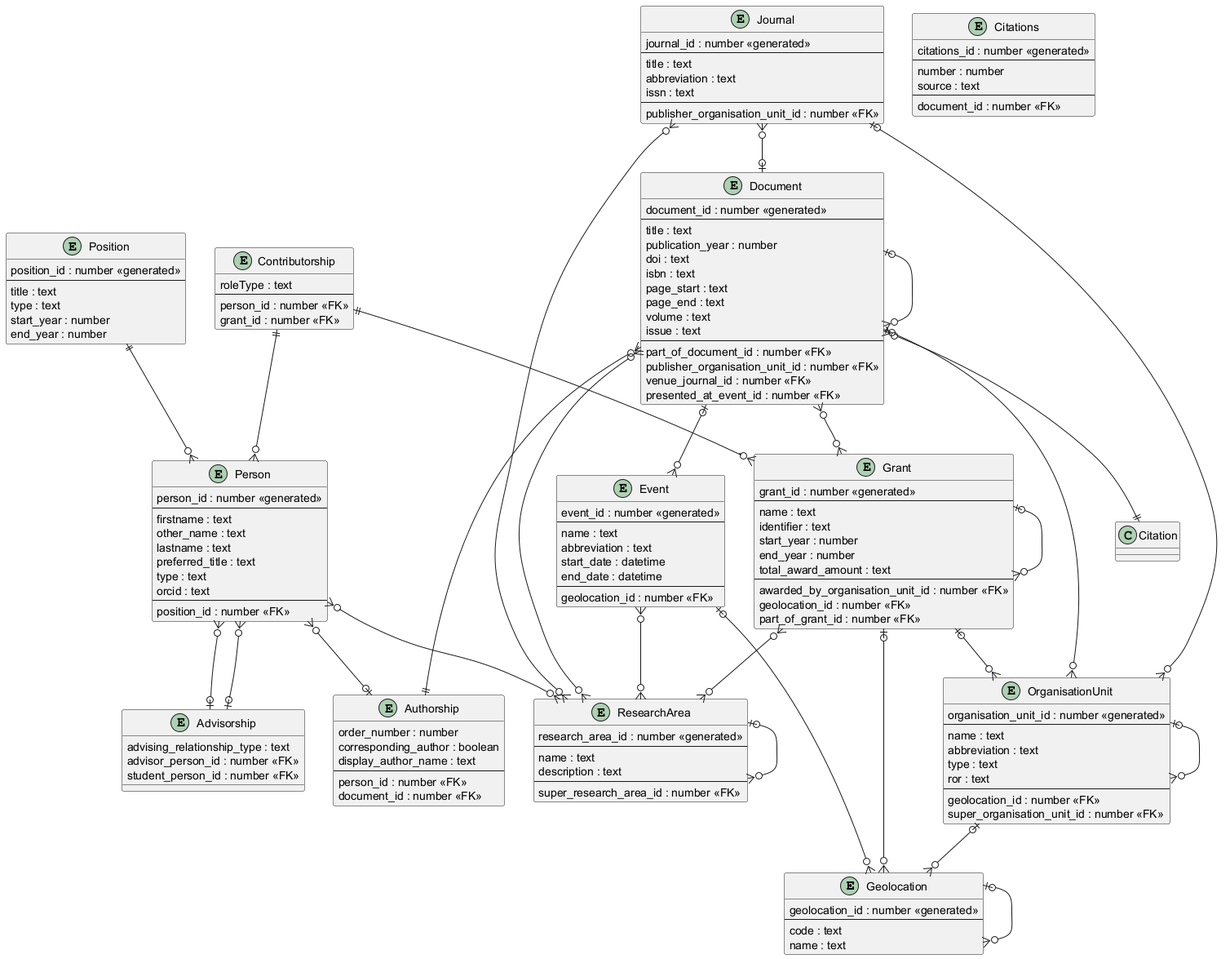
This is diagrams/vivo.png from chenejac/VIVO-RDBMS, a PlantUML export, as it was before one commit. Source of this version:
```plantuml
@startuml

entity Geolocation {
    geolocation_id : number <<generated>>
    --
    code : text
    name : text
}

Geolocation |o--o{ Geolocation

entity ResearchArea {
    research_area_id : number <<generated>>
    --
    name : text
    description : text
    --
    super_research_area_id : number <<FK>>
}

ResearchArea |o--o{ ResearchArea

entity Person {
    person_id : number <<generated>>
    --
    firstname : text
    other_name : text
    lastname : text
    preferred_title : text
    type : text
    orcid : text
    --
    position_id : number <<FK>>
}

entity Advisorship {
    advising_relationship_type : text
    advisor_person_id : number <<FK>>
    student_person_id : number <<FK>>
}

Person }o--o| Advisorship
Person }o--o| Advisorship

Person }o--o{ ResearchArea

entity Position {
    position_id : number <<generated>>
    --
    title : text
    type : text
    start_year : number
    end_year : number
}

Position ||--o{ Person

entity OrganisationUnit {
    organisation_unit_id : number <<generated>>
    --
    name : text
    abbreviation : text
    type : text
    ror : text
    --
    geolocation_id : number <<FK>>
    super_organisation_unit_id : number <<FK>>
}

OrganisationUnit |o--o{ Geolocation
OrganisationUnit |o--o{ OrganisationUnit


entity Document {
    document_id : number <<generated>>
    --
    title : text
    publication_year : number
    doi : text
    isbn : text
    page_start : text
    page_end : text
    volume : text
    issue : text
    --
    part_of_document_id : number <<FK>>
    publisher_organisation_unit_id : number <<FK>>
    venue_journal_id : number <<FK>>
    presented_at_event_id : number <<FK>>
}

entity Citations {
    citations_id : number <<generated>>
    --
    number : number
    source : text
    --
    document_id : number <<FK>>
}

Document }o--o{ ResearchArea
Document }o--|| Citation
Document |o--o{ Document
Document |o--o{ OrganisationUnit

entity Authorship {
    order_number : number
    corresponding_author : boolean
    display_author_name : text
    --
    person_id : number <<FK>>
    document_id : number <<FK>>
}

Person }o--o| Authorship
Document }o--|| Authorship

entity Journal {
    journal_id : number <<generated>>
    --
    title : text
    abbreviation : text
    issn : text
    --
    publisher_organisation_unit_id : number <<FK>>
}

Journal }o--o{ ResearchArea
Journal |o--o{ OrganisationUnit
Journal }o--o| Document

entity Event {
    event_id : number <<generated>>
    --
    name : text
    abbreviation : text
    start_date : datetime
    end_date : datetime
    --
    geolocation_id : number <<FK>>
}

Event }o--o{ ResearchArea
Event |o--o{ Geolocation
Document |o--o{ Event

entity Grant {
    grant_id : number <<generated>>
    --
    name : text
    identifier : text
    start_year : number
    end_year : number
    total_award_amount : text
    --
    awarded_by_organisation_unit_id : number <<FK>>
    geolocation_id : number <<FK>>
    part_of_grant_id : number <<FK>>
}

Grant }o--o{ ResearchArea
Grant |o--o{ OrganisationUnit
Grant |o--o{ Geolocation
Grant |o--o{ Grant

entity Contributorship {
    roleType : text
    --
    person_id : number <<FK>>
    grant_id : number <<FK>>
}

Contributorship ||--o{ Person
Contributorship ||--o{ Grant

Document }o--o{ Grant

@enduml
```
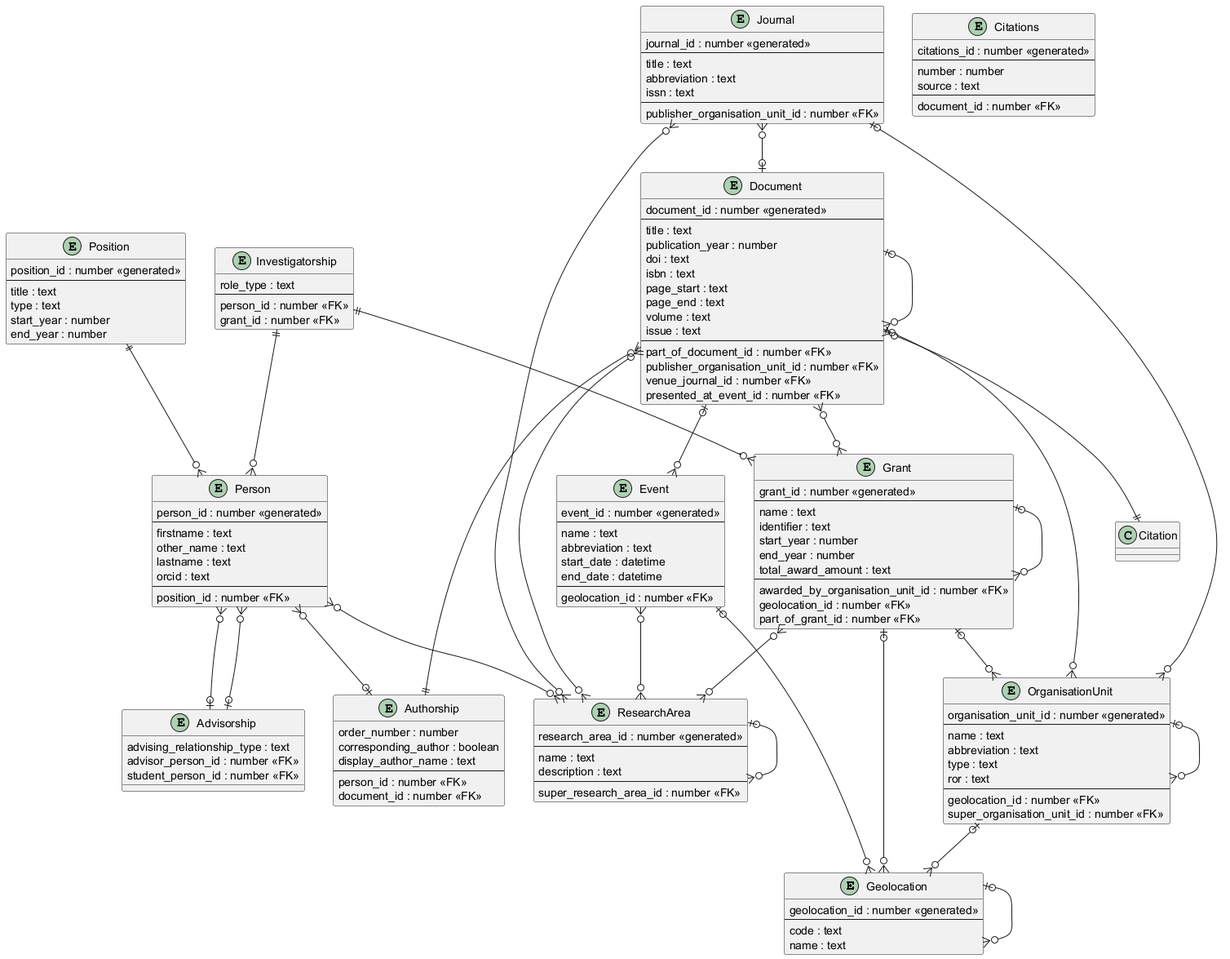
The same file after the commit.

Diff of the diagram source:
```diff
@@ -26,8 +26,6 @@
     firstname : text
     other_name : text
     lastname : text
-    preferred_title : text
-    type : text
     orcid : text
     --
     position_id : number <<FK>>
@@ -163,15 +161,15 @@
 Grant |o--o{ Geolocation
 Grant |o--o{ Grant
 
-entity Contributorship {
-    roleType : text
+entity Investigatorship {
+    role_type : text
     --
     person_id : number <<FK>>
     grant_id : number <<FK>>
 }
 
-Contributorship ||--o{ Person
-Contributorship ||--o{ Grant
+Investigatorship ||--o{ Person
+Investigatorship ||--o{ Grant
 
 Document }o--o{ Grant
 
```
